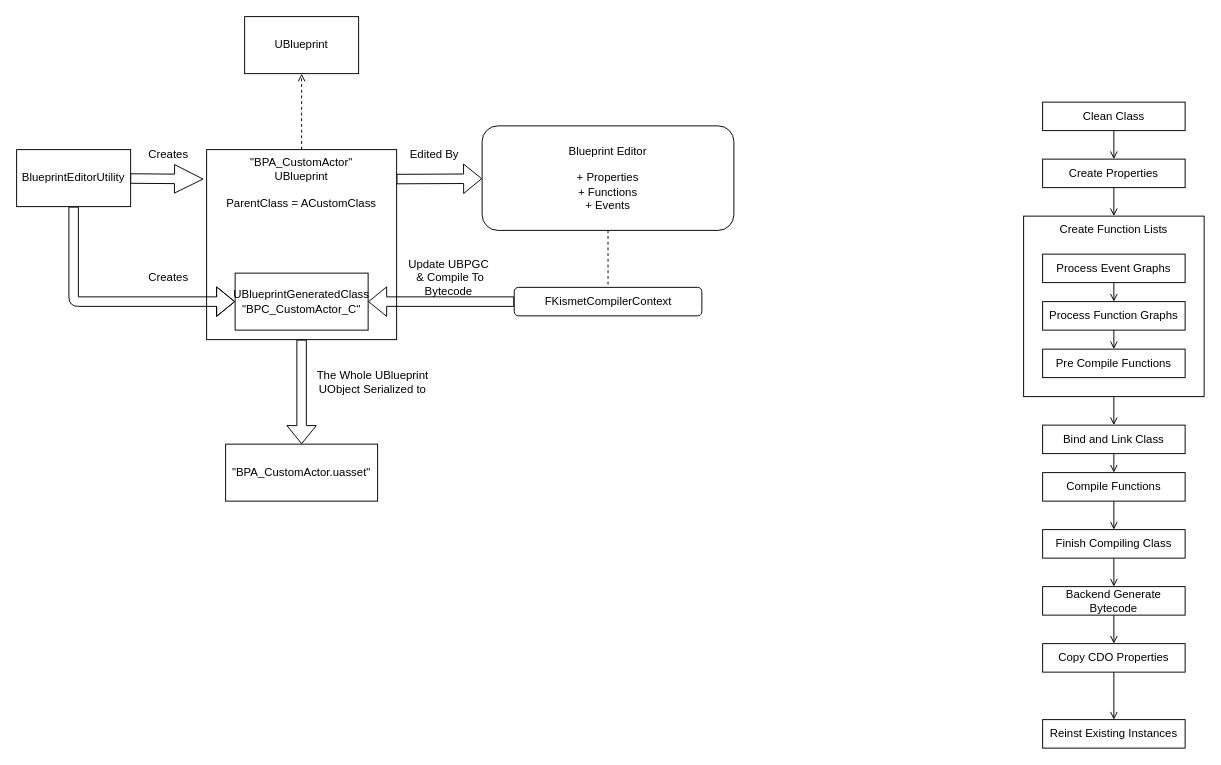
This is assets/img/post-data/unreal/engine/bpvm-bytecode/bytecode.drawio from reforia/reforia.github.io, a draw.io file, before an edit. Source tidied: cells renumbered, new cells numbered last; positions are measured from the earlier drawing's top-left corner, leaving out a move shared by most shapes. Both pictures are drawn from the tidied source at 95%, with x=0, y=0 at pixel (16, 16).
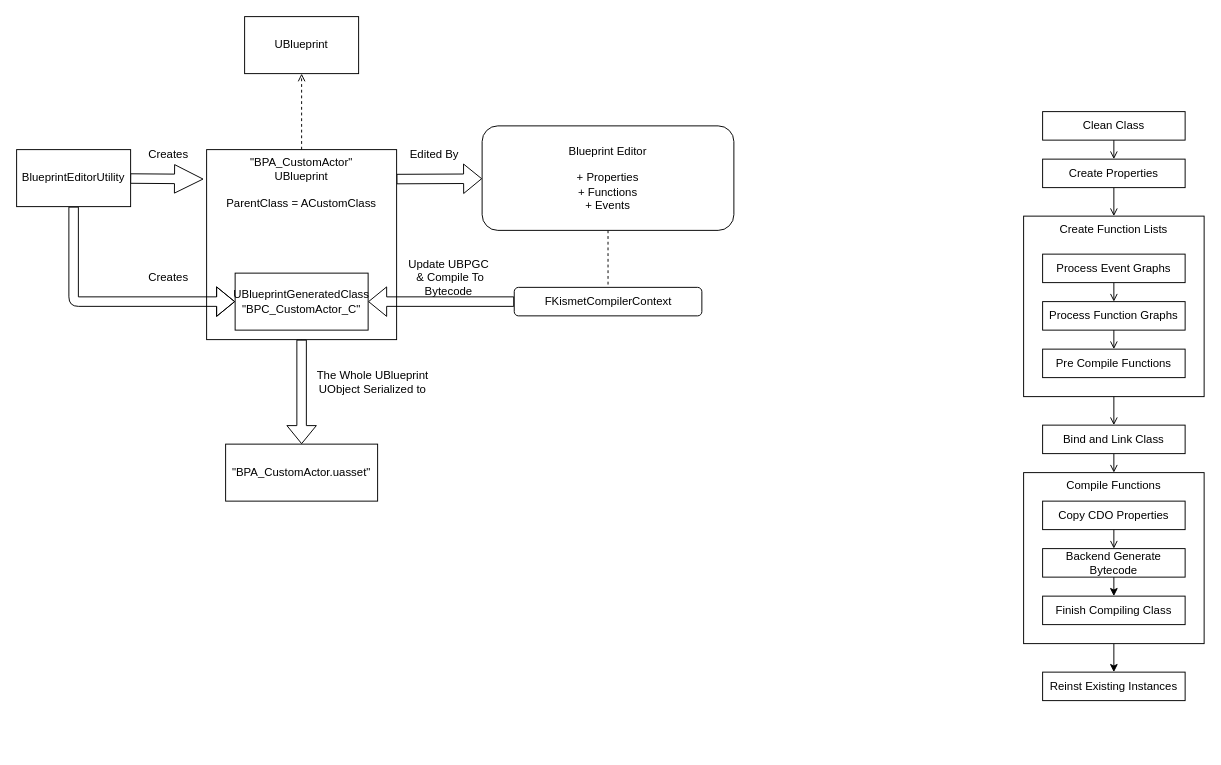
The same page after the edit.

Commit message (it also covers changes not shown here):
Add Epic's definitions for Compile Class and Backend processes in Blueprint documentation

Unchanged cells that the change refers to:
```xml
<mxCell id="26" value="Create Properties" style="rounded=0;whiteSpace=wrap;html=1;" parent="1" vertex="1">
  <mxGeometry x="1080" y="150" width="150" height="30" as="geometry" />
</mxCell>
```

Diff of the diagram source:
```diff
@@
-    <mxCell id="22" style="edgeStyle=none;html=1;endArrow=open;endFill=0;entryX=0.5;entryY=0;entryDx=0;entryDy=0;" parent="1" edge="1" source="23" target="26">
-      <mxGeometry relative="1" as="geometry" />
+    <mxCell id="22" style="edgeStyle=none;html=1;endArrow=open;endFill=0;entryX=0.5;entryY=0;entryDx=0;entryDy=0;" parent="1" edge="1" source="23">
+      <mxGeometry relative="1" as="geometry">
+        <mxPoint x="1155" y="150" as="targetPoint" />
+      </mxGeometry>
     </mxCell>
     <mxCell id="23" value="Clean Class" style="rounded=0;whiteSpace=wrap;html=1;" parent="1" vertex="1">
-      <mxGeometry x="1080" y="90" width="150" height="30" as="geometry" />
+      <mxGeometry x="1080" y="100" width="150" height="30" as="geometry" />
     </mxCell>
@@
-    <mxCell id="29" style="edgeStyle=none;html=1;endArrow=open;endFill=0;" parent="1" edge="1" source="30" target="32">
-      <mxGeometry relative="1" as="geometry" />
-    </mxCell>
+    <mxCell id="44" style="edgeStyle=none;html=1;" parent="1" edge="1" source="30" target="43">
+      <mxGeometry relative="1" as="geometry" />
+    </mxCell>
-    <mxCell id="30" value="Compile Functions" style="rounded=0;whiteSpace=wrap;html=1;" parent="1" vertex="1">
-      <mxGeometry x="1080" y="480" width="150" height="30" as="geometry" />
+    <mxCell id="30" value="Compile Functions" style="rounded=0;whiteSpace=wrap;html=1;verticalAlign=top;" parent="1" vertex="1">
+      <mxGeometry x="1060" y="480" width="190" height="180" as="geometry" />
     </mxCell>
-    <mxCell id="31" style="edgeStyle=none;html=1;endArrow=open;endFill=0;" parent="1" edge="1" source="32" target="40">
-      <mxGeometry relative="1" as="geometry" />
-    </mxCell>
     <mxCell id="32" value="Finish Compiling Class" style="rounded=0;whiteSpace=wrap;html=1;" parent="1" vertex="1">
-      <mxGeometry x="1080" y="540" width="150" height="30" as="geometry" />
+      <mxGeometry x="1080" y="610" width="150" height="30" as="geometry" />
     </mxCell>
@@
-    <mxCell id="39" style="edgeStyle=none;html=1;endArrow=open;endFill=0;" parent="1" edge="1" source="40" target="42">
-      <mxGeometry relative="1" as="geometry" />
-    </mxCell>
+    <mxCell id="45" style="edgeStyle=none;html=1;" parent="1" edge="1" source="40" target="32">
+      <mxGeometry relative="1" as="geometry" />
+    </mxCell>
     <mxCell id="40" value="Backend Generate Bytecode" style="rounded=0;whiteSpace=wrap;html=1;" parent="1" vertex="1">
-      <mxGeometry x="1080" y="600" width="150" height="30" as="geometry" />
+      <mxGeometry x="1080" y="560" width="150" height="30" as="geometry" />
     </mxCell>
-    <mxCell id="41" style="edgeStyle=none;html=1;endArrow=open;endFill=0;" parent="1" edge="1" source="42" target="43">
-      <mxGeometry relative="1" as="geometry" />
+    <mxCell id="41" style="edgeStyle=none;html=1;endArrow=open;endFill=0;entryX=0.5;entryY=0;entryDx=0;entryDy=0;" parent="1" edge="1" source="42" target="40">
+      <mxGeometry relative="1" as="geometry">
+        <Array as="points">
+          <mxPoint x="1155" y="560" />
+        </Array>
+      </mxGeometry>
     </mxCell>
     <mxCell id="42" value="Copy CDO Properties" style="rounded=0;whiteSpace=wrap;html=1;" parent="1" vertex="1">
-      <mxGeometry x="1080" y="660" width="150" height="30" as="geometry" />
+      <mxGeometry x="1080" y="510" width="150" height="30" as="geometry" />
     </mxCell>
     <mxCell id="43" value="Reinst Existing Instances" style="rounded=0;whiteSpace=wrap;html=1;" parent="1" vertex="1">
-      <mxGeometry x="1080" y="740" width="150" height="30" as="geometry" />
+      <mxGeometry x="1080" y="690" width="150" height="30" as="geometry" />
     </mxCell>
```
